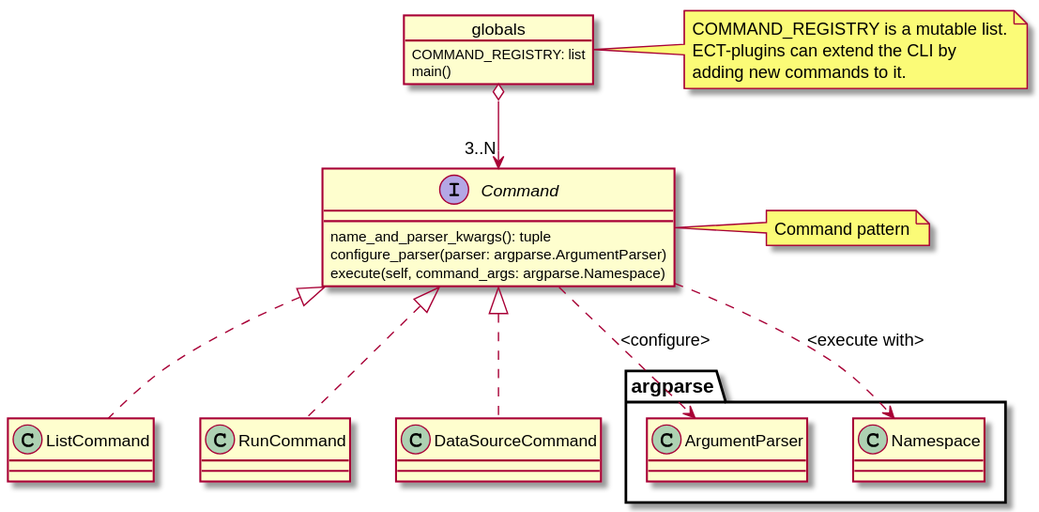
This is doc/source/_static/uml/cli.svg from CCI-Tools/cate, a PlantUML export, as it was before one commit. Its source is kept beside it as doc/source/uml/cli.puml.
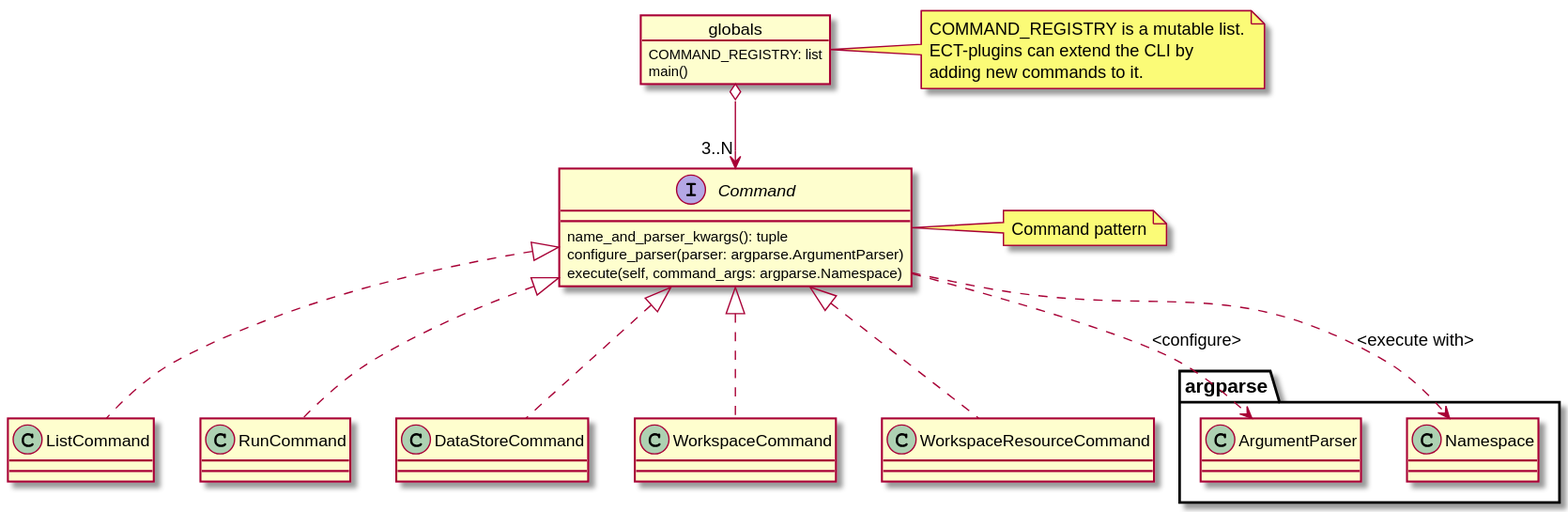
Later version of the same file.

The edit, as a diff of the source:
```diff
@@ -12,9 +12,14 @@
 class RunCommand implements Command {
 }
 
-class DataSourceCommand implements Command {
+class DataStoreCommand implements Command {
 }
 
+class WorkspaceCommand implements Command {
+}
+
+class WorkspaceResourceCommand implements Command {
+}
 
 Command ..> argparse.ArgumentParser : <configure>
 Command ..> argparse.Namespace : <execute with>
```
